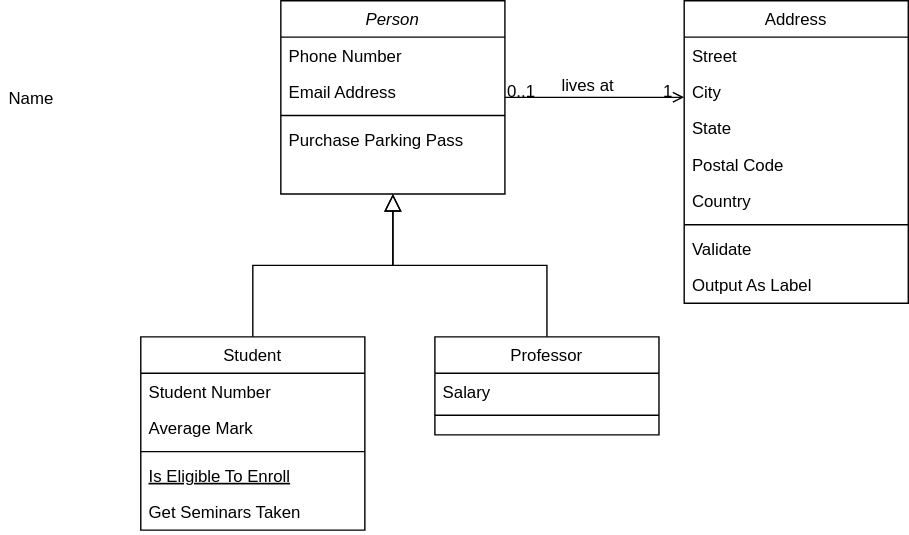
Above: UML/classDiagram.drawio.svg in Mohammed-Ben-Cheikh/ProjectFllRouge (draw.io), before the change. Source tidied: cells renumbered, new cells last; positions are measured from the earlier drawing's top-left corner, leaving out a move shared by most shapes.
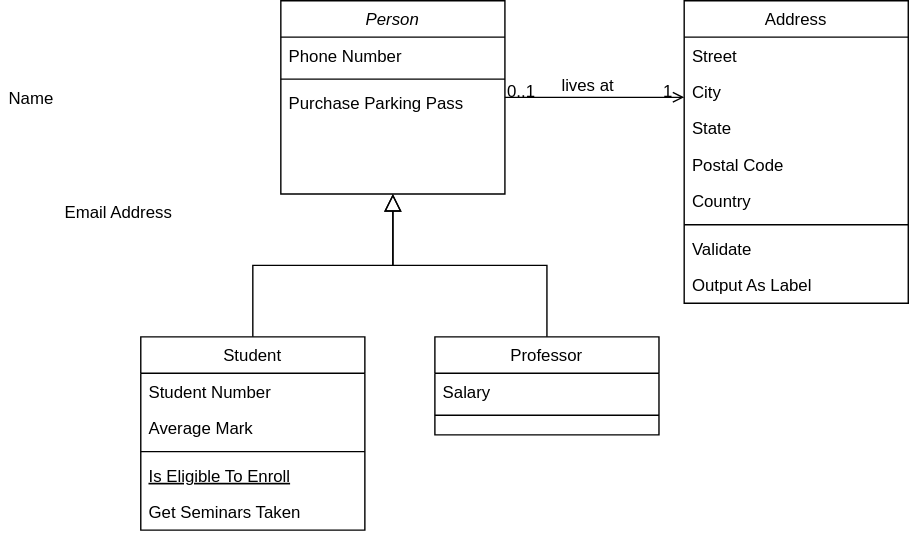
The same diagram one commit later.

Commit message:
Mettre à jour classDiagram.drawio.svg

What changed in the source:
```diff
@@ -8,14 +8,11 @@
     <mxCell id="3" value="Phone Number" style="text;align=left;verticalAlign=top;spacingLeft=4;spacingRight=4;overflow=hidden;rounded=0;shadow=0;html=0;" parent="2" vertex="1">
       <mxGeometry y="26" width="160" height="26" as="geometry" />
     </mxCell>
-    <mxCell id="4" value="Email Address" style="text;align=left;verticalAlign=top;spacingLeft=4;spacingRight=4;overflow=hidden;rounded=0;shadow=0;html=0;" parent="2" vertex="1">
-      <mxGeometry y="52" width="160" height="26" as="geometry" />
-    </mxCell>
     <mxCell id="5" style="line;html=1;strokeWidth=1;align=left;verticalAlign=middle;spacingTop=-1;spacingLeft=3;spacingRight=3;labelPosition=right;" parent="2" vertex="1">
-      <mxGeometry y="78" width="160" height="8" as="geometry" />
+      <mxGeometry y="52" width="160" height="8" as="geometry" />
     </mxCell>
     <mxCell id="6" value="Purchase Parking Pass" style="text;align=left;verticalAlign=top;spacingLeft=4;spacingRight=4;overflow=hidden;" parent="2" vertex="1">
-      <mxGeometry y="86" width="160" height="26" as="geometry" />
+      <mxGeometry y="60" width="160" height="26" as="geometry" />
     </mxCell>
     <mxCell id="7" value="Student" style="swimlane;fontStyle=0;align=center;verticalAlign=top;horizontal=1;startSize=26;rounded=0;shadow=0;strokeWidth=1;" parent="1" vertex="1">
       <mxGeometry x="100" y="240" width="160" height="138" as="geometry" />
@@ -100,5 +97,8 @@
     <mxCell id="31" value="Name" style="text;align=left;verticalAlign=top;spacingLeft=4;spacingRight=4;overflow=hidden;" parent="1" vertex="1">
       <mxGeometry y="56" width="160" height="26" as="geometry" />
     </mxCell>
+    <mxCell id="4" value="Email Address" style="text;align=left;verticalAlign=top;spacingLeft=4;spacingRight=4;overflow=hidden;rounded=0;shadow=0;html=0;" parent="1" vertex="1">
+      <mxGeometry x="40" y="138" width="160" height="26" as="geometry" />
+    </mxCell>
   </root>
 </mxGraphModel>
```
